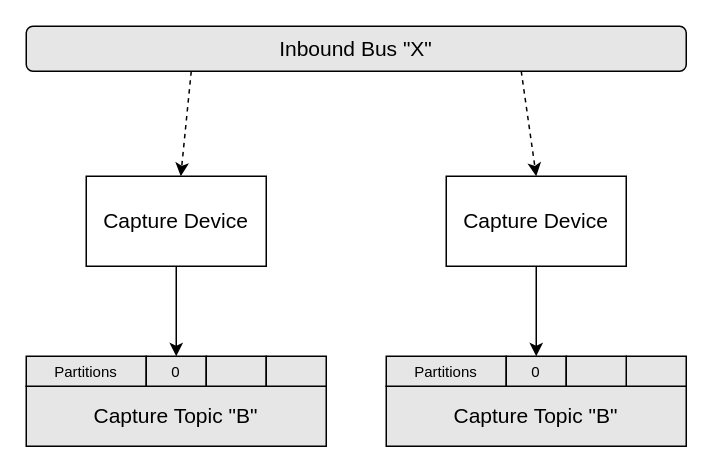
thill/kafkacap keeps this draw.io diagram as kafkacap-core/docs/kafkacap_capture.drawio. Above is the earlier version. Source tidied: cells renumbered, new cells numbered last; positions are measured from the earlier drawing's top-left corner, leaving out a move shared by most shapes. Both pictures are drawn from the tidied source at 150%, with x=0, y=0 at pixel (26, 26).
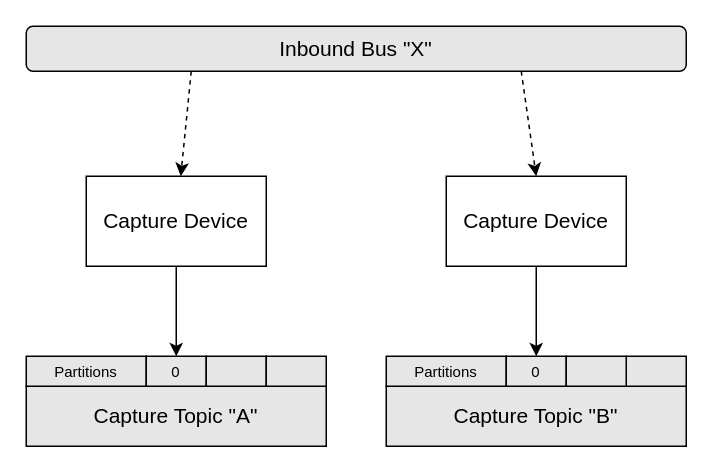
Above is the later version.

The edit, as a diff of the source:
```diff
@@
 <mxGraphModel>
   <root>
     <mxCell id="0" />
     <mxCell id="1" parent="0" />
     <mxCell id="2" value="Capture Device" style="rounded=0;whiteSpace=wrap;html=1;fontSize=14;" parent="1" vertex="1">
       <mxGeometry x="40" y="100" width="120" height="60" as="geometry" />
     </mxCell>
     <mxCell id="3" style="rounded=0;jettySize=auto;html=1;exitX=0.25;exitY=1;exitDx=0;exitDy=0;fontSize=14;dashed=1;" parent="1" edge="1" source="5" target="2">
       <mxGeometry relative="1" as="geometry" />
     </mxCell>
     <mxCell id="4" style="rounded=0;jettySize=auto;html=1;exitX=0.75;exitY=1;exitDx=0;exitDy=0;entryX=0.5;entryY=0;entryDx=0;entryDy=0;fontSize=14;dashed=1;" parent="1" edge="1" source="5" target="6">
       <mxGeometry relative="1" as="geometry" />
     </mxCell>
     <mxCell id="5" value="Inbound Bus &quot;X&quot;" style="rounded=1;whiteSpace=wrap;html=1;fontSize=14;labelBackgroundColor=none;fillColor=#E6E6E6;gradientColor=none;" parent="1" vertex="1">
       <mxGeometry width="440" height="30" as="geometry" />
     </mxCell>
     <mxCell id="6" value="Capture Device" style="rounded=0;whiteSpace=wrap;html=1;fontSize=14;" parent="1" vertex="1">
       <mxGeometry x="280" y="100" width="120" height="60" as="geometry" />
     </mxCell>
     <mxCell id="7" value="&lt;div&gt;Capture Topic &quot;B&quot;&lt;/div&gt;" style="rounded=0;whiteSpace=wrap;html=1;fontSize=14;fillColor=#E6E6E6;" parent="1" vertex="1">
       <mxGeometry x="240" y="240" width="200" height="40" as="geometry" />
     </mxCell>
     <mxCell id="8" value="Partitions" style="rounded=0;whiteSpace=wrap;html=1;fontSize=10;fillColor=#E6E6E6;" parent="1" vertex="1">
       <mxGeometry x="240" y="220" width="80" height="20" as="geometry" />
     </mxCell>
-    <mxCell id="9" value="&lt;div&gt;Capture Topic &quot;B&quot;&lt;/div&gt;" style="rounded=0;whiteSpace=wrap;html=1;fontSize=14;fillColor=#E6E6E6;" parent="1" vertex="1">
+    <mxCell id="9" value="Capture Topic &quot;A&quot;" style="rounded=0;whiteSpace=wrap;html=1;fontSize=14;fillColor=#E6E6E6;" parent="1" vertex="1">
       <mxGeometry y="240" width="200" height="40" as="geometry" />
     </mxCell>
     <mxCell id="10" value="Partitions" style="rounded=0;whiteSpace=wrap;html=1;fontSize=10;fillColor=#E6E6E6;" parent="1" vertex="1">
       <mxGeometry y="220" width="80" height="20" as="geometry" />
     </mxCell>
     <mxCell id="11" value="0" style="rounded=0;whiteSpace=wrap;html=1;fontSize=10;fillColor=#E6E6E6;" parent="1" vertex="1">
       <mxGeometry x="80" y="220" width="40" height="20" as="geometry" />
     </mxCell>
     <mxCell id="12" style="rounded=0;whiteSpace=wrap;html=1;fontSize=10;fillColor=#E6E6E6;" parent="1" vertex="1">
       <mxGeometry x="120" y="220" width="40" height="20" as="geometry" />
     </mxCell>
     <mxCell id="13" style="rounded=0;whiteSpace=wrap;html=1;fontSize=10;fillColor=#E6E6E6;" parent="1" vertex="1">
       <mxGeometry x="160" y="220" width="40" height="20" as="geometry" />
     </mxCell>
     <mxCell id="14" value="0" style="rounded=0;whiteSpace=wrap;html=1;fontSize=10;fillColor=#E6E6E6;" parent="1" vertex="1">
       <mxGeometry x="320" y="220" width="40" height="20" as="geometry" />
     </mxCell>
     <mxCell id="15" style="rounded=0;whiteSpace=wrap;html=1;fontSize=10;fillColor=#E6E6E6;" parent="1" vertex="1">
       <mxGeometry x="400" y="220" width="40" height="20" as="geometry" />
     </mxCell>
     <mxCell id="16" style="rounded=0;whiteSpace=wrap;html=1;fontSize=10;fillColor=#E6E6E6;" parent="1" vertex="1">
       <mxGeometry x="360" y="220" width="40" height="20" as="geometry" />
     </mxCell>
     <mxCell id="17" style="endArrow=classic;html=1;fontSize=10;exitX=0.5;exitY=1;exitDx=0;exitDy=0;entryX=0.5;entryY=0;entryDx=0;entryDy=0;" parent="1" edge="1" source="2" target="11">
       <mxGeometry relative="1" as="geometry" />
     </mxCell>
     <mxCell id="18" style="endArrow=classic;html=1;fontSize=10;exitX=0.5;exitY=1;exitDx=0;exitDy=0;entryX=0.5;entryY=0;entryDx=0;entryDy=0;" parent="1" edge="1" source="6" target="14">
       <mxGeometry relative="1" as="geometry" />
     </mxCell>
   </root>
 </mxGraphModel>
```
